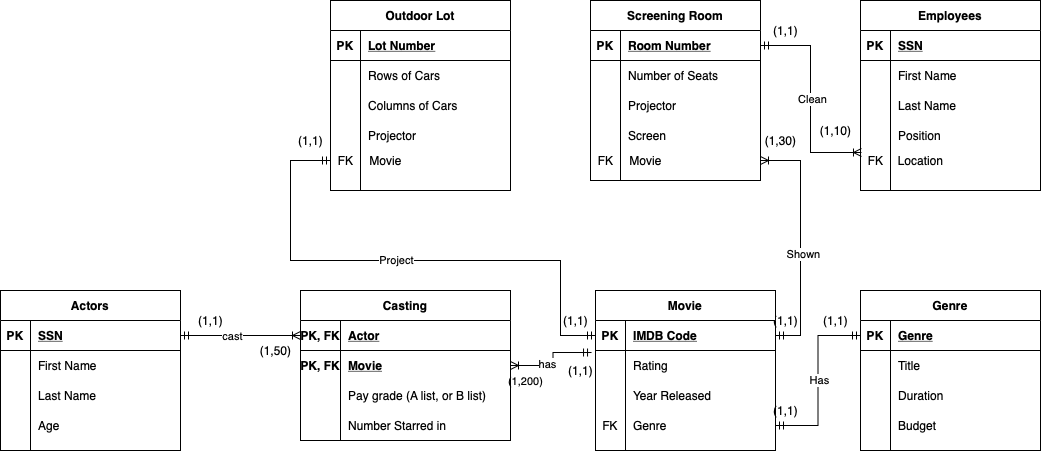
lqr5252/Lab-1 keeps this draw.io diagram as images/Lab 2 210 Project ER Diagram.png. Above is the earlier version. Source tidied: cells renumbered, new cells last; positions are measured from the earlier drawing's top-left corner, leaving out a move shared by most shapes.
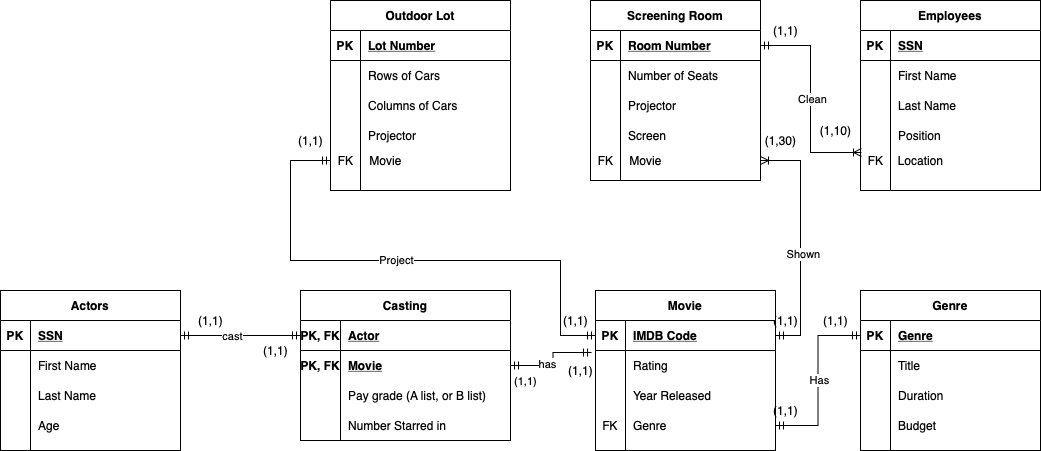
Later version of the same file.

Change to the diagram source:
```diff
@@ -238,7 +238,7 @@
     <mxCell id="75" value="FK" style="text;html=1;align=center;verticalAlign=middle;" parent="1" vertex="1">
       <mxGeometry x="590" y="150" width="30" height="20" as="geometry" />
     </mxCell>
-    <mxCell id="76" style="edgeStyle=orthogonalEdgeStyle;rounded=0;jettySize=auto;html=1;exitX=1;exitY=0.5;exitDx=0;exitDy=0;entryX=0;entryY=0.5;entryDx=0;entryDy=0;startArrow=ERmandOne;startFill=0;endArrow=ERoneToMany;endFill=0;" parent="1" edge="1" source="98" target="111">
+    <mxCell id="76" style="edgeStyle=orthogonalEdgeStyle;rounded=0;jettySize=auto;html=1;exitX=1;exitY=0.5;exitDx=0;exitDy=0;entryX=0;entryY=0.5;entryDx=0;entryDy=0;startArrow=ERmandOne;startFill=0;endArrow=ERmandOne;endFill=0;" parent="1" edge="1" source="98" target="111">
       <mxGeometry relative="1" as="geometry" />
     </mxCell>
     <mxCell id="77" value="cast" style="edgeLabel;html=1;align=center;verticalAlign=middle;" parent="76" vertex="1">
@@ -285,10 +285,10 @@
     <mxCell id="90" value="Genre" style="shape=partialRectangle;fillColor=none;top=0;left=0;bottom=0;right=0;align=left;spacingLeft=6;overflow=hidden;" parent="88" vertex="1">
       <mxGeometry x="30" width="150" height="30" as="geometry" />
     </mxCell>
-    <mxCell id="91" style="edgeStyle=orthogonalEdgeStyle;rounded=0;jettySize=auto;html=1;exitX=1;exitY=0.5;exitDx=0;exitDy=0;entryX=-0.022;entryY=0.067;entryDx=0;entryDy=0;entryPerimeter=0;startArrow=ERoneToMany;startFill=0;endArrow=ERmandOne;endFill=0;" parent="1" edge="1" source="114" target="82">
+    <mxCell id="91" style="edgeStyle=orthogonalEdgeStyle;rounded=0;jettySize=auto;html=1;exitX=1;exitY=0.5;exitDx=0;exitDy=0;entryX=-0.022;entryY=0.067;entryDx=0;entryDy=0;entryPerimeter=0;startArrow=ERmandOne;startFill=0;endArrow=ERmandOne;endFill=0;" parent="1" edge="1" source="114" target="82">
       <mxGeometry relative="1" as="geometry" />
     </mxCell>
-    <mxCell id="92" value="(1,200)" style="edgeLabel;html=1;align=center;verticalAlign=middle;" parent="91" vertex="1">
+    <mxCell id="92" value="(1,1)" style="edgeLabel;html=1;align=center;verticalAlign=middle;" parent="91" vertex="1">
       <mxGeometry x="-0.69" y="-5" relative="1" as="geometry">
         <mxPoint y="10" as="offset" />
       </mxGeometry>
@@ -299,8 +299,8 @@
     <mxCell id="94" value="(1,1)" style="text;html=1;align=center;verticalAlign=middle;" parent="1" vertex="1">
       <mxGeometry x="190" y="310" width="40" height="20" as="geometry" />
     </mxCell>
-    <mxCell id="95" value="(1,50)" style="text;html=1;align=center;verticalAlign=middle;" parent="1" vertex="1">
-      <mxGeometry x="250" y="340" width="50" height="20" as="geometry" />
+    <mxCell id="95" value="(1,1)" style="text;html=1;align=center;verticalAlign=middle;" parent="1" vertex="1">
+      <mxGeometry x="255" y="340" width="40" height="20" as="geometry" />
     </mxCell>
     <mxCell id="96" value="(1,1)" style="text;html=1;align=center;verticalAlign=middle;" parent="1" vertex="1">
       <mxGeometry x="560" y="360" width="40" height="20" as="geometry" />
```
